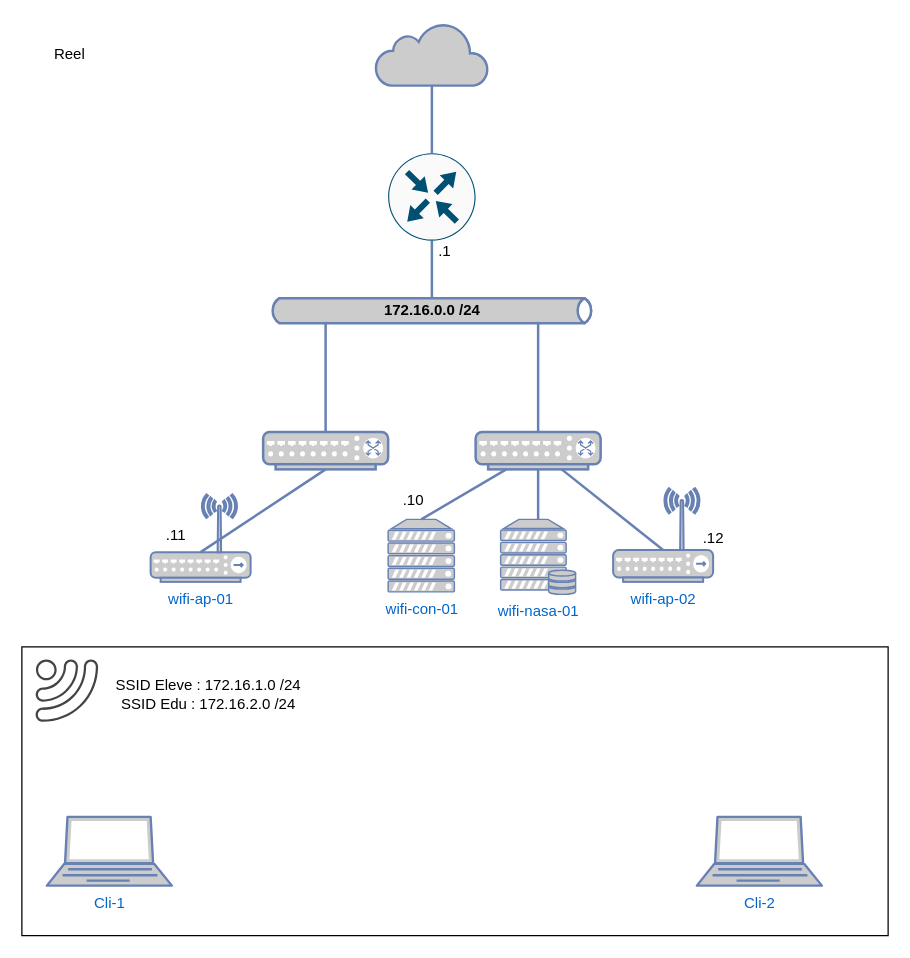
This is schema/wifi.drawio from CrazyKarpet/we-fist, a draw.io file, before an edit. Source tidied: cells renumbered, new cells numbered last; positions are measured from the earlier drawing's top-left corner, leaving out a move shared by most shapes. Both pictures are drawn from the tidied source at 125%, with x=0, y=0 at pixel (21, 22).
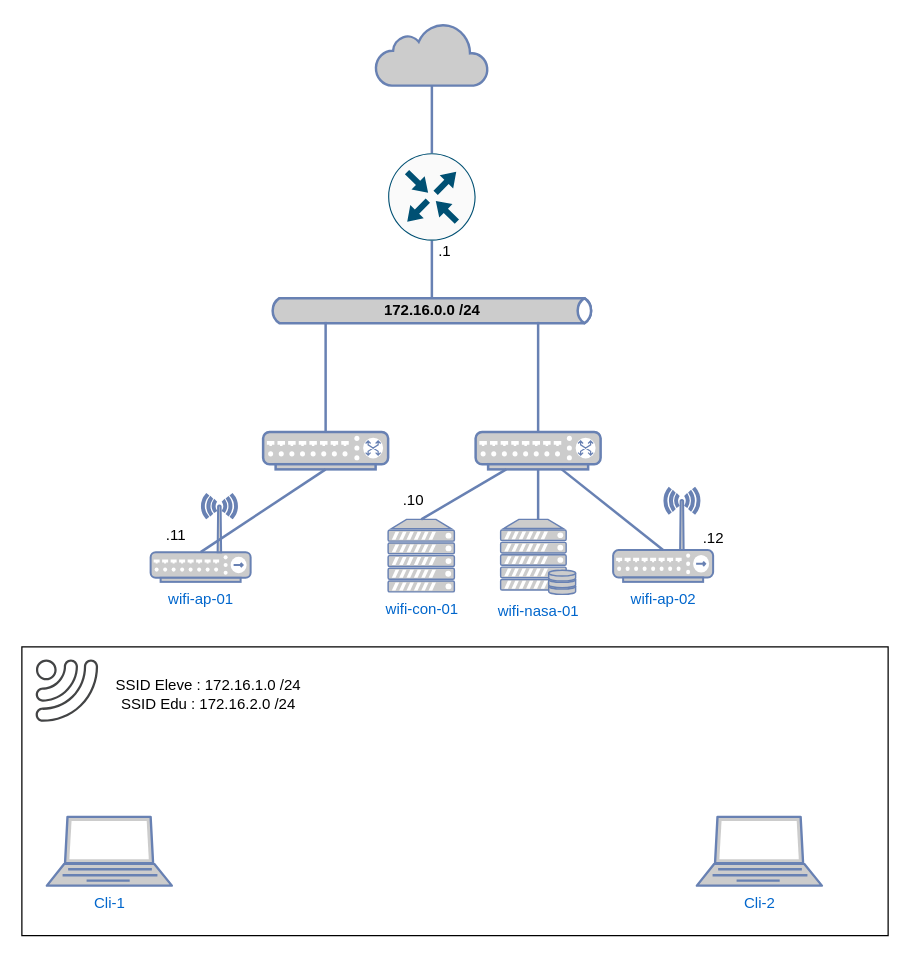
After the change.

Change to the diagram source:
```diff
@@
-    <mxCell id="15" value="Reel" style="text;html=1;align=center;verticalAlign=middle;strokeColor=none;fillColor=none;" parent="1" vertex="1">
-      <mxGeometry x="13" y="10" width="50" height="30" as="geometry" />
-    </mxCell>
```
